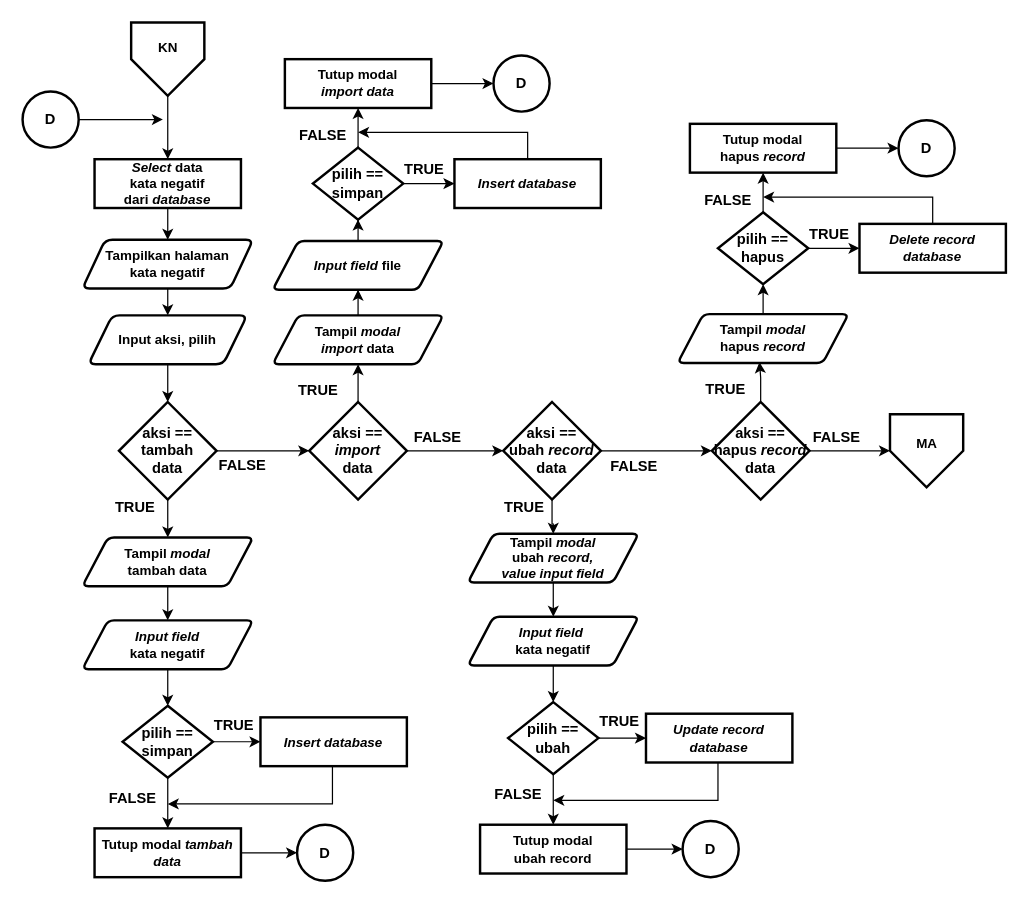
Earlier version of the draw.io diagram Dokumen TA/Paper/Flowchart/Flowchart menu kata negatif.drawio (muspriandi/TextMining-SentimentAnalysis). Source tidied: cells renumbered, new cells numbered last; positions are measured from the earlier drawing's top-left corner, leaving out a move shared by most shapes. Both pictures are drawn from the tidied source at 122%, with x=0, y=0 at pixel (22, 22).
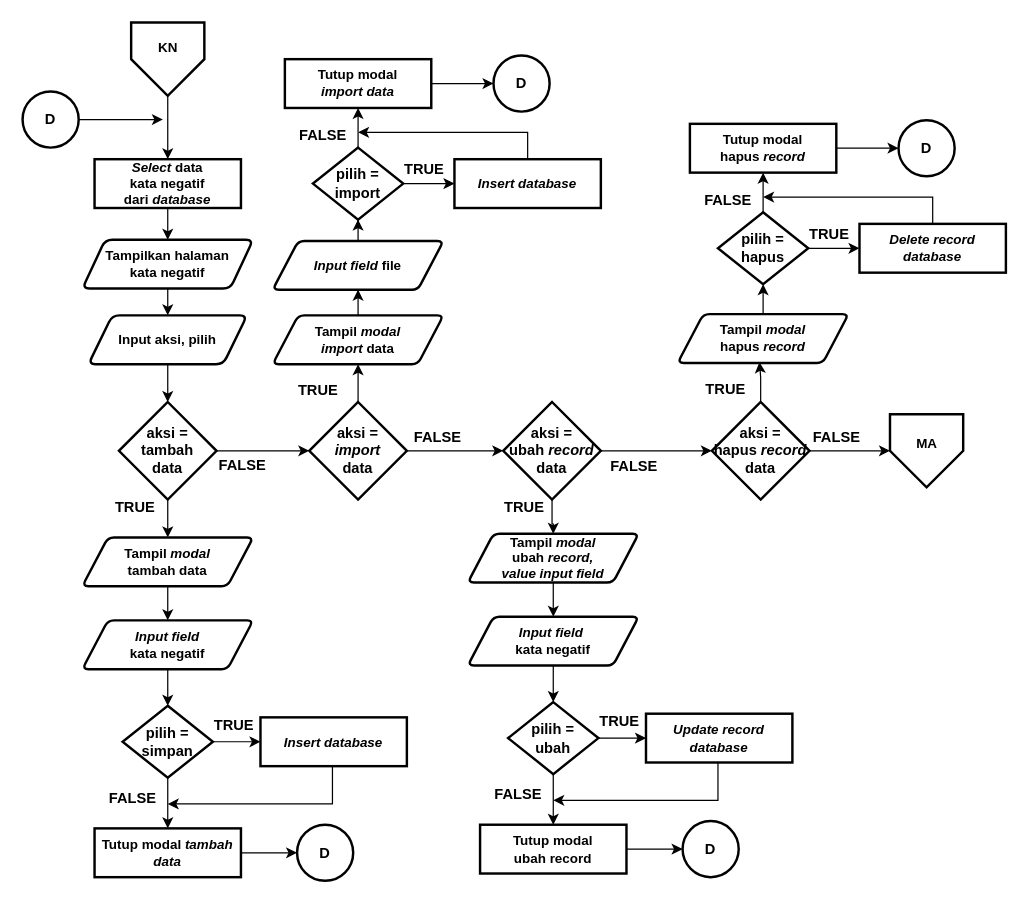
After the change.

The edit, as a diff of the source:
```diff
@@
-    <mxCell id="17" value="&lt;b&gt;&lt;font style=&quot;font-size: 12px&quot;&gt;aksi == tambah&lt;br&gt;data&lt;/font&gt;&lt;/b&gt;" style="rhombus;whiteSpace=wrap;html=1;strokeWidth=2;" parent="1" vertex="1">
+    <mxCell id="17" value="&lt;b&gt;&lt;font style=&quot;font-size: 12px&quot;&gt;aksi = tambah&lt;br&gt;data&lt;/font&gt;&lt;/b&gt;" style="rhombus;whiteSpace=wrap;html=1;strokeWidth=2;" parent="1" vertex="1">
       <mxGeometry x="79" y="311" width="80" height="80" as="geometry" />
     </mxCell>
@@
-    <mxCell id="20" value="&lt;b&gt;&lt;font style=&quot;font-size: 12px&quot;&gt;aksi == &lt;i&gt;import&lt;/i&gt;&lt;br&gt;data&lt;br&gt;&lt;/font&gt;&lt;/b&gt;" style="rhombus;whiteSpace=wrap;html=1;strokeWidth=2;" parent="1" vertex="1">
+    <mxCell id="20" value="&lt;b&gt;&lt;font style=&quot;font-size: 12px&quot;&gt;aksi = &lt;br&gt;&lt;i&gt;import&lt;/i&gt;&lt;br&gt;data&lt;br&gt;&lt;/font&gt;&lt;/b&gt;" style="rhombus;whiteSpace=wrap;html=1;strokeWidth=2;" parent="1" vertex="1">
       <mxGeometry x="235" y="311" width="80" height="80" as="geometry" />
     </mxCell>
@@
-    <mxCell id="23" value="&lt;b&gt;&lt;font style=&quot;font-size: 12px&quot;&gt;aksi == &lt;br&gt;ubah &lt;i&gt;record&lt;/i&gt;&lt;br&gt;data&lt;br&gt;&lt;/font&gt;&lt;/b&gt;" style="rhombus;whiteSpace=wrap;html=1;strokeWidth=2;" parent="1" vertex="1">
+    <mxCell id="23" value="&lt;b&gt;&lt;font style=&quot;font-size: 12px&quot;&gt;aksi = &lt;br&gt;ubah &lt;i&gt;record&lt;/i&gt;&lt;br&gt;data&lt;br&gt;&lt;/font&gt;&lt;/b&gt;" style="rhombus;whiteSpace=wrap;html=1;strokeWidth=2;" parent="1" vertex="1">
       <mxGeometry x="394" y="311" width="80" height="80" as="geometry" />
     </mxCell>
@@
-    <mxCell id="26" value="&lt;b&gt;&lt;font style=&quot;font-size: 12px&quot;&gt;aksi == &lt;br&gt;hapus &lt;i&gt;record&lt;/i&gt;&lt;br&gt;data&lt;br&gt;&lt;/font&gt;&lt;/b&gt;" style="rhombus;whiteSpace=wrap;html=1;strokeWidth=2;" parent="1" vertex="1">
+    <mxCell id="26" value="&lt;b&gt;&lt;font style=&quot;font-size: 12px&quot;&gt;aksi = &lt;br&gt;hapus &lt;i&gt;record&lt;/i&gt;&lt;br&gt;data&lt;br&gt;&lt;/font&gt;&lt;/b&gt;" style="rhombus;whiteSpace=wrap;html=1;strokeWidth=2;" parent="1" vertex="1">
       <mxGeometry x="565" y="311" width="80" height="80" as="geometry" />
     </mxCell>
@@
-    <mxCell id="33" value="&lt;b&gt;&lt;font style=&quot;font-size: 12px&quot;&gt;pilih == simpan&lt;/font&gt;&lt;/b&gt;" style="rhombus;whiteSpace=wrap;html=1;strokeWidth=2;" parent="1" vertex="1">
+    <mxCell id="33" value="&lt;b&gt;&lt;font style=&quot;font-size: 12px&quot;&gt;pilih = simpan&lt;/font&gt;&lt;/b&gt;" style="rhombus;whiteSpace=wrap;html=1;strokeWidth=2;" parent="1" vertex="1">
       <mxGeometry x="82" y="560" width="74" height="59" as="geometry" />
     </mxCell>
@@
-    <mxCell id="51" value="&lt;b&gt;&lt;font style=&quot;font-size: 12px&quot;&gt;pilih == simpan&lt;/font&gt;&lt;/b&gt;" style="rhombus;whiteSpace=wrap;html=1;strokeWidth=2;" parent="1" vertex="1">
+    <mxCell id="51" value="&lt;b&gt;&lt;font style=&quot;font-size: 12px&quot;&gt;pilih = import&lt;/font&gt;&lt;/b&gt;" style="rhombus;whiteSpace=wrap;html=1;strokeWidth=2;" parent="1" vertex="1">
       <mxGeometry x="238" y="102.5" width="74" height="59" as="geometry" />
     </mxCell>
@@
-    <mxCell id="67" value="&lt;b&gt;&lt;font style=&quot;font-size: 12px&quot;&gt;pilih == ubah&lt;/font&gt;&lt;/b&gt;" style="rhombus;whiteSpace=wrap;html=1;strokeWidth=2;" parent="1" vertex="1">
+    <mxCell id="67" value="&lt;b&gt;&lt;font style=&quot;font-size: 12px&quot;&gt;pilih = &lt;br&gt;ubah&lt;/font&gt;&lt;/b&gt;" style="rhombus;whiteSpace=wrap;html=1;strokeWidth=2;" parent="1" vertex="1">
       <mxGeometry x="398" y="557" width="74" height="59" as="geometry" />
     </mxCell>
@@
-    <mxCell id="81" value="&lt;b&gt;&lt;font style=&quot;font-size: 12px&quot;&gt;pilih == hapus&lt;/font&gt;&lt;/b&gt;" style="rhombus;whiteSpace=wrap;html=1;strokeWidth=2;" parent="1" vertex="1">
+    <mxCell id="81" value="&lt;b&gt;&lt;font style=&quot;font-size: 12px&quot;&gt;pilih = hapus&lt;/font&gt;&lt;/b&gt;" style="rhombus;whiteSpace=wrap;html=1;strokeWidth=2;" parent="1" vertex="1">
       <mxGeometry x="570" y="155.5" width="74" height="59" as="geometry" />
     </mxCell>
```
